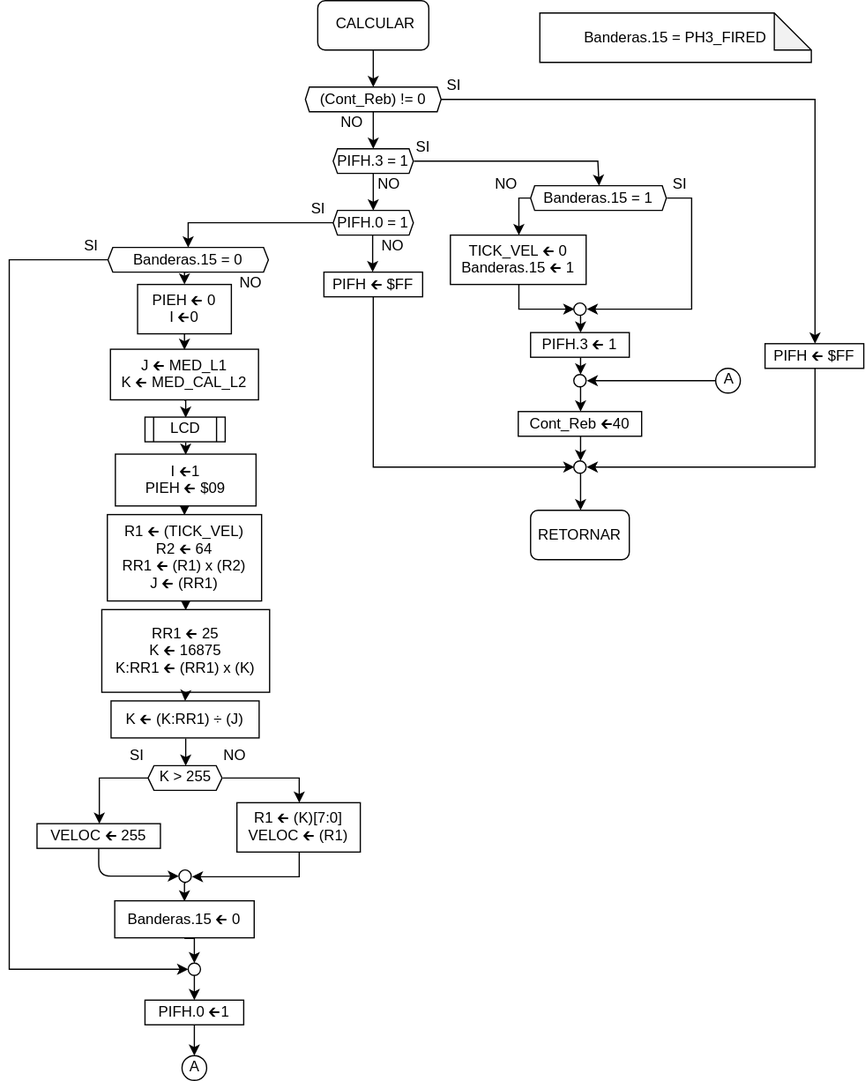
Earlier version of the draw.io export PROYECTO/diagrams_svg/CALCULAR.svg (slealq/micros). Source tidied: cells renumbered, new cells last; positions are measured from the earlier drawing's top-left corner, leaving out a move shared by most shapes.
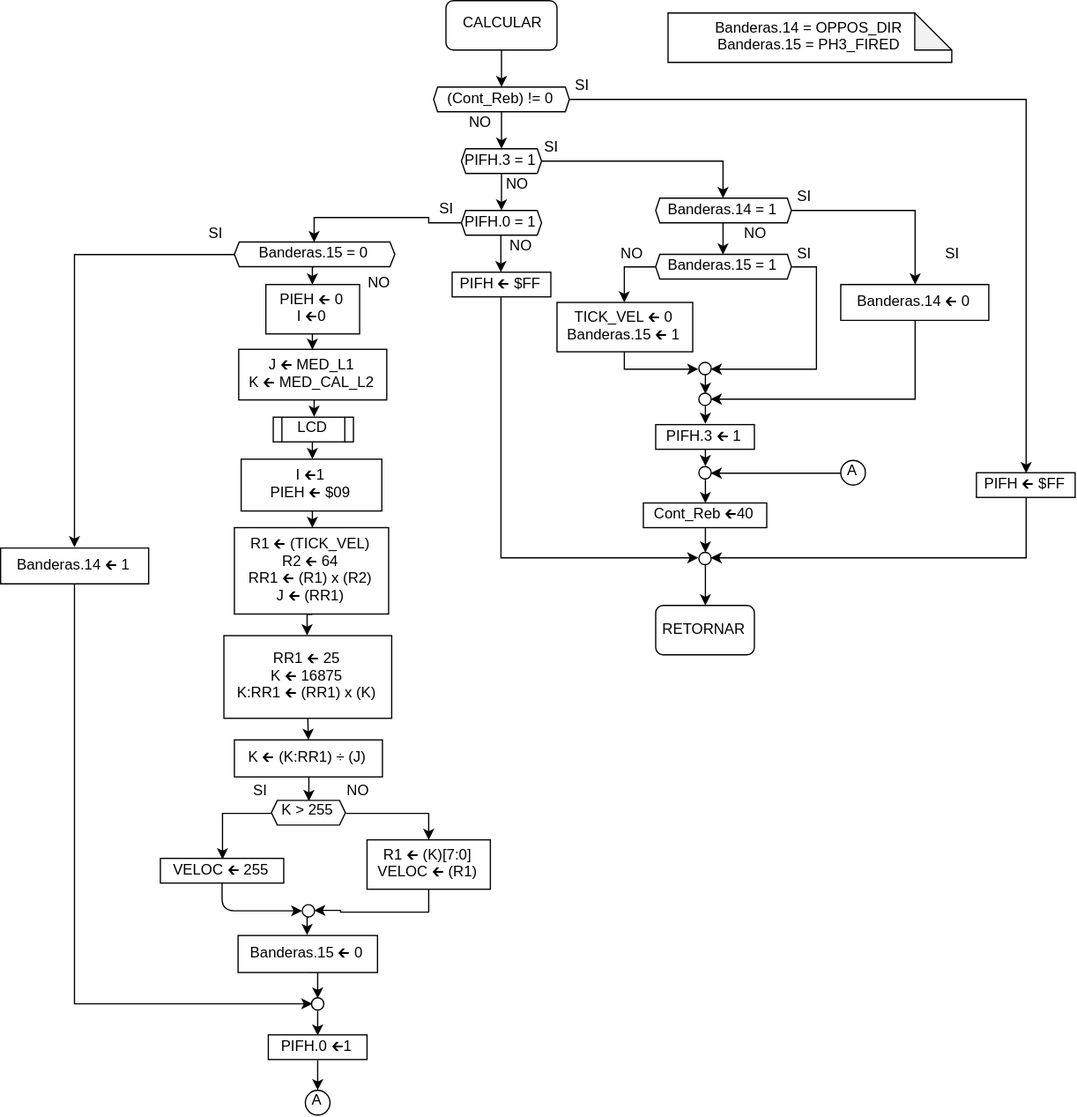
The same file after the commit.

Commit message:
Modify CALCULAR to account reverse vehicle

What changed in the source:
```diff
@@ -7,5 +7,2 @@
     </mxCell>
-    <mxCell id="3" style="edgeStyle=orthogonalEdgeStyle;rounded=0;jettySize=auto;html=1;exitX=1;exitY=0.5;exitDx=0;exitDy=0;entryX=0.5;entryY=0;entryDx=0;entryDy=0;" parent="1" edge="1" source="4" target="49">
-      <mxGeometry relative="1" as="geometry" />
-    </mxCell>
     <mxCell id="4" value="(Cont_Reb) != 0" style="shape=hexagon;perimeter=hexagonPerimeter2;size=0.02909090909090847;" parent="1" vertex="1">
@@ -24,2 +21,9 @@
     </mxCell>
+    <mxCell id="81" style="edgeStyle=orthogonalEdgeStyle;rounded=0;jettySize=auto;html=1;exitX=0.25;exitY=1;exitDx=0;exitDy=0;" parent="1" edge="1" source="8" target="90">
+      <mxGeometry relative="1" as="geometry">
+        <Array as="points">
+          <mxPoint x="475" y="130" />
+        </Array>
+      </mxGeometry>
+    </mxCell>
     <mxCell id="8" value="SI" style="text;strokeColor=none;fillColor=none;align=center;verticalAlign=middle;whiteSpace=wrap;rounded=0;html=1;" parent="1" vertex="1">
@@ -27,9 +31,2 @@
     </mxCell>
-    <mxCell id="9" style="edgeStyle=orthogonalEdgeStyle;rounded=0;jettySize=auto;html=1;exitX=1;exitY=0.5;exitDx=0;exitDy=0;entryX=0.5;entryY=0;entryDx=0;entryDy=0;" parent="1" edge="1" source="10" target="67">
-      <mxGeometry relative="1" as="geometry">
-        <Array as="points">
-          <mxPoint x="477" y="130" />
-        </Array>
-      </mxGeometry>
-    </mxCell>
     <mxCell id="10" value="PIFH.3 = 1" style="shape=hexagon;perimeter=hexagonPerimeter2;size=0.0538461538461521;" parent="1" vertex="1">
@@ -52,3 +49,3 @@
     <mxCell id="15" value="NO" style="text;strokeColor=none;fillColor=none;align=center;verticalAlign=middle;whiteSpace=wrap;rounded=0;html=1;" parent="1" vertex="1">
-      <mxGeometry x="162.5" y="602.5" width="40" height="20" as="geometry" />
+      <mxGeometry x="158.5" y="630.5" width="40" height="20" as="geometry" />
     </mxCell>
@@ -70,6 +67,6 @@
     <mxCell id="20" value="R1 🡰 (TICK_VEL)&#10;R2 🡰 64&#10;RR1 🡰 (R1) x (R2)&#10;J 🡰 (RR1)" style="rounded=0;" parent="1" vertex="1">
-      <mxGeometry x="79.5" y="416.5" width="125" height="70" as="geometry" />
+      <mxGeometry x="78.5" y="427" width="125" height="70" as="geometry" />
     </mxCell>
     <mxCell id="21" value="RR1 🡰 25&#10;K 🡰 16875&#10;K:RR1 🡰 (RR1) x (K)" style="rounded=0;" parent="1" vertex="1">
-      <mxGeometry x="75" y="493.5" width="136" height="67" as="geometry" />
+      <mxGeometry x="70" y="514.5" width="136" height="67" as="geometry" />
     </mxCell>
@@ -79,3 +76,3 @@
     <mxCell id="23" value="K 🡰 (K:RR1) ÷ (J)" style="rounded=0;" parent="1" vertex="1">
-      <mxGeometry x="82.5" y="567.5" width="120" height="30" as="geometry" />
+      <mxGeometry x="78.5" y="599" width="120" height="30" as="geometry" />
     </mxCell>
@@ -91,6 +88,6 @@
     <mxCell id="27" value="K &amp;gt; 255" style="shape=hexagon;perimeter=hexagonPerimeter2;whiteSpace=wrap;html=1;size=0.07976190476190487;" parent="1" vertex="1">
-      <mxGeometry x="112.5" y="620" width="60" height="20" as="geometry" />
+      <mxGeometry x="108.5" y="648" width="60" height="20" as="geometry" />
     </mxCell>
     <mxCell id="28" value="VELOC 🡰 255" style="rounded=0;" parent="1" vertex="1">
-      <mxGeometry x="22.5" y="667" width="100" height="20" as="geometry" />
+      <mxGeometry x="18.5" y="695" width="100" height="20" as="geometry" />
     </mxCell>
@@ -99,4 +96,4 @@
         <Array as="points">
-          <mxPoint x="234" y="710" />
-          <mxPoint x="164" y="710" />
+          <mxPoint x="236" y="738" />
+          <mxPoint x="165" y="738" />
         </Array>
@@ -105,4 +102,11 @@
     <mxCell id="30" value="R1 🡰 (K)[7:0]&#10;VELOC 🡰 (R1)" style="rounded=0;" parent="1" vertex="1">
-      <mxGeometry x="184.5" y="650" width="100" height="40" as="geometry" />
+      <mxGeometry x="186" y="680" width="100" height="40" as="geometry" />
     </mxCell>
+    <mxCell id="82" style="edgeStyle=orthogonalEdgeStyle;rounded=0;jettySize=auto;html=1;exitX=0.25;exitY=1;exitDx=0;exitDy=0;entryX=0.5;entryY=0;entryDx=0;entryDy=0;" parent="1" edge="1" source="31" target="49">
+      <mxGeometry relative="1" as="geometry">
+        <Array as="points">
+          <mxPoint x="720" y="80" />
+        </Array>
+      </mxGeometry>
+    </mxCell>
     <mxCell id="31" value="SI" style="text;strokeColor=none;fillColor=none;align=center;verticalAlign=middle;whiteSpace=wrap;rounded=0;html=1;" parent="1" vertex="1">
@@ -111,6 +115,6 @@
     <mxCell id="32" value="SI" style="text;strokeColor=none;fillColor=none;align=center;verticalAlign=middle;whiteSpace=wrap;rounded=0;html=1;" parent="1" vertex="1">
-      <mxGeometry x="46" y="190" width="40" height="20" as="geometry" />
+      <mxGeometry x="42.5" y="180" width="40" height="20" as="geometry" />
     </mxCell>
     <mxCell id="33" value="SI" style="text;strokeColor=none;fillColor=none;align=center;verticalAlign=middle;whiteSpace=wrap;rounded=0;html=1;" parent="1" vertex="1">
-      <mxGeometry x="82.5" y="602.5" width="40" height="20" as="geometry" />
+      <mxGeometry x="78.5" y="630.5" width="40" height="20" as="geometry" />
     </mxCell>
@@ -121,6 +125,6 @@
       <mxGeometry relative="1" as="geometry">
-        <mxPoint x="150.3" y="855" as="targetPoint" />
+        <mxPoint x="146.3" y="883" as="targetPoint" />
         <Array as="points">
-          <mxPoint x="150" y="855" />
-          <mxPoint x="150" y="855" />
+          <mxPoint x="146" y="883" />
+          <mxPoint x="146" y="883" />
         </Array>
@@ -129,3 +133,3 @@
     <mxCell id="36" value="PIFH.0 🡰1" style="rounded=0;" parent="1" vertex="1">
-      <mxGeometry x="110" y="810" width="80" height="20" as="geometry" />
+      <mxGeometry x="106" y="838" width="80" height="20" as="geometry" />
     </mxCell>
@@ -135,3 +139,3 @@
     <mxCell id="38" style="ellipse;whiteSpace=wrap;align=center;html=1;" parent="1" vertex="1">
-      <mxGeometry x="137.5" y="704.5" width="10" height="10" as="geometry" />
+      <mxGeometry x="133.5" y="732.5" width="10" height="10" as="geometry" />
     </mxCell>
@@ -140,3 +144,3 @@
         <Array as="points">
-          <mxPoint x="72.5" y="709.5" />
+          <mxPoint x="68.5" y="737.5" />
         </Array>
@@ -145,3 +149,3 @@
     <mxCell id="40" value="A" style="ellipse;whiteSpace=wrap;html=1;" parent="1" vertex="1">
-      <mxGeometry x="140" y="855" width="20" height="20" as="geometry" />
+      <mxGeometry x="136" y="883" width="20" height="20" as="geometry" />
     </mxCell>
@@ -151,11 +155,13 @@
     <mxCell id="42" value="A" style="ellipse;whiteSpace=wrap;html=1;" parent="1" vertex="1">
-      <mxGeometry x="572.5" y="298" width="20" height="20" as="geometry" />
+      <mxGeometry x="570" y="372.5" width="20" height="20" as="geometry" />
     </mxCell>
-    <mxCell id="43" style="edgeStyle=orthogonalEdgeStyle;rounded=0;jettySize=auto;html=1;exitX=0.5;exitY=1;exitDx=0;exitDy=0;entryX=0.5;entryY=0;entryDx=0;entryDy=0;" parent="1" edge="1" source="44" target="62">
-      <mxGeometry relative="1" as="geometry" />
+    <mxCell id="43" style="edgeStyle=orthogonalEdgeStyle;rounded=0;jettySize=auto;html=1;exitX=0.5;exitY=1;exitDx=0;exitDy=0;entryX=0.5;entryY=0;entryDx=0;entryDy=0;" parent="1" edge="1" source="44">
+      <mxGeometry relative="1" as="geometry">
+        <mxPoint x="460.3" y="407.2" as="targetPoint" />
+      </mxGeometry>
     </mxCell>
     <mxCell id="44" style="ellipse;whiteSpace=wrap;align=center;html=1;" parent="1" vertex="1">
-      <mxGeometry x="457.5" y="303" width="10" height="10" as="geometry" />
+      <mxGeometry x="455" y="377.5" width="10" height="10" as="geometry" />
     </mxCell>
-    <mxCell id="45" style="edgeStyle=orthogonalEdgeStyle;rounded=0;jettySize=auto;html=1;exitX=0.5;exitY=1;exitDx=0;exitDy=0;" parent="1" edge="1" source="46" target="47">
+    <mxCell id="45" style="edgeStyle=orthogonalEdgeStyle;rounded=0;jettySize=auto;html=1;exitX=0.5;exitY=1;exitDx=0;exitDy=0;entryX=0.5;entryY=0;entryDx=0;entryDy=0;" parent="1" edge="1" source="46" target="47">
       <mxGeometry relative="1" as="geometry" />
@@ -163,6 +169,6 @@
     <mxCell id="46" style="ellipse;whiteSpace=wrap;align=center;html=1;" parent="1" vertex="1">
-      <mxGeometry x="457.5" y="373" width="10" height="10" as="geometry" />
+      <mxGeometry x="455" y="447" width="10" height="10" as="geometry" />
     </mxCell>
     <mxCell id="47" value="RETORNAR" style="rounded=1;" parent="1" vertex="1">
-      <mxGeometry x="422.5" y="413" width="80" height="40" as="geometry" />
+      <mxGeometry x="420" y="490" width="80" height="40" as="geometry" />
     </mxCell>
@@ -172,12 +178,4 @@
     <mxCell id="49" value="PIFH 🡰 $FF" style="rounded=0;" parent="1" vertex="1">
-      <mxGeometry x="612.5" y="278" width="80" height="20" as="geometry" />
+      <mxGeometry x="680" y="382.5" width="80" height="20" as="geometry" />
     </mxCell>
-    <mxCell id="50" style="edgeStyle=orthogonalEdgeStyle;rounded=0;jettySize=auto;html=1;exitX=0;exitY=0.5;exitDx=0;exitDy=0;entryX=0;entryY=0.5;entryDx=0;entryDy=0;" parent="1" edge="1" source="52" target="55">
-      <mxGeometry relative="1" as="geometry">
-        <Array as="points">
-          <mxPoint y="210" />
-          <mxPoint y="785" />
-        </Array>
-      </mxGeometry>
-    </mxCell>
     <mxCell id="51" style="edgeStyle=orthogonalEdgeStyle;rounded=0;jettySize=auto;html=1;exitX=0.5;exitY=1;exitDx=0;exitDy=0;entryX=0.5;entryY=0;entryDx=0;entryDy=0;" parent="1" edge="1" source="52" target="77">
@@ -185,4 +183,7 @@
     </mxCell>
+    <mxCell id="83" style="edgeStyle=orthogonalEdgeStyle;rounded=0;jettySize=auto;html=1;exitX=0;exitY=0.5;exitDx=0;exitDy=0;entryX=0.5;entryY=0;entryDx=0;entryDy=0;" parent="1" edge="1" source="52" target="88">
+      <mxGeometry relative="1" as="geometry" />
+    </mxCell>
     <mxCell id="52" value="Banderas.15 = 0" style="shape=hexagon;perimeter=hexagonPerimeter2;size=0.030000000000000946;" parent="1" vertex="1">
-      <mxGeometry x="80" y="200" width="130" height="20" as="geometry" />
+      <mxGeometry x="78.5" y="195.5" width="130" height="20" as="geometry" />
     </mxCell>
@@ -193,3 +194,3 @@
       <mxGeometry relative="1" as="geometry">
-        <mxPoint x="150" y="810" as="targetPoint" />
+        <mxPoint x="146" y="838" as="targetPoint" />
       </mxGeometry>
@@ -197,3 +198,3 @@
     <mxCell id="55" style="ellipse;whiteSpace=wrap;align=center;html=1;" parent="1" vertex="1">
-      <mxGeometry x="145" y="780" width="10" height="10" as="geometry" />
+      <mxGeometry x="141" y="808" width="10" height="10" as="geometry" />
     </mxCell>
@@ -206,9 +207,13 @@
     <mxCell id="58" value="PIFH.3 🡰 1" style="rounded=0;" parent="1" vertex="1">
-      <mxGeometry x="422.5" y="269" width="80" height="20" as="geometry" />
+      <mxGeometry x="420" y="343.5" width="80" height="20" as="geometry" />
     </mxCell>
     <mxCell id="59" style="edgeStyle=orthogonalEdgeStyle;rounded=0;jettySize=auto;html=1;exitX=0.5;exitY=1;exitDx=0;exitDy=0;entryX=0;entryY=0.5;entryDx=0;entryDy=0;" parent="1" edge="1" source="60" target="69">
-      <mxGeometry relative="1" as="geometry" />
+      <mxGeometry relative="1" as="geometry">
+        <Array as="points">
+          <mxPoint x="395" y="298" />
+        </Array>
+      </mxGeometry>
     </mxCell>
     <mxCell id="60" value="TICK_VEL 🡰 0&#10;Banderas.15 🡰 1" style="rounded=0;" parent="1" vertex="1">
-      <mxGeometry x="357.5" y="190" width="110" height="40" as="geometry" />
+      <mxGeometry x="340" y="244.5" width="110" height="40" as="geometry" />
     </mxCell>
@@ -218,3 +223,3 @@
     <mxCell id="62" value="Cont_Reb 🡰40" style="rounded=0;" parent="1" vertex="1">
-      <mxGeometry x="412.5" y="333" width="100" height="20" as="geometry" />
+      <mxGeometry x="410" y="407" width="100" height="20" as="geometry" />
     </mxCell>
@@ -224,13 +229,4 @@
     <mxCell id="64" value="Banderas.15 🡰 0" style="rounded=0;" parent="1" vertex="1">
-      <mxGeometry x="85.5" y="729.5" width="113" height="30" as="geometry" />
+      <mxGeometry x="81.5" y="757.5" width="113" height="30" as="geometry" />
     </mxCell>
-    <mxCell id="65" style="edgeStyle=orthogonalEdgeStyle;rounded=0;jettySize=auto;html=1;exitX=0;exitY=0.5;exitDx=0;exitDy=0;" parent="1" edge="1" source="67">
-      <mxGeometry relative="1" as="geometry">
-        <mxPoint x="412.5" y="190" as="targetPoint" />
-        <Array as="points">
-          <mxPoint x="412.5" y="160" />
-          <mxPoint x="412.5" y="190" />
-        </Array>
-      </mxGeometry>
-    </mxCell>
     <mxCell id="66" style="edgeStyle=orthogonalEdgeStyle;rounded=0;jettySize=auto;html=1;exitX=1;exitY=0.5;exitDx=0;exitDy=0;entryX=1;entryY=0.5;entryDx=0;entryDy=0;" parent="1" edge="1" source="67" target="69">
@@ -238,16 +234,26 @@
     </mxCell>
+    <mxCell id="84" style="edgeStyle=orthogonalEdgeStyle;rounded=0;jettySize=auto;html=1;exitX=0;exitY=0.5;exitDx=0;exitDy=0;" parent="1" edge="1" source="67" target="60">
+      <mxGeometry relative="1" as="geometry" />
+    </mxCell>
     <mxCell id="67" value="Banderas.15 = 1" style="shape=hexagon;perimeter=hexagonPerimeter2;size=0.030000000000000946;" parent="1" vertex="1">
-      <mxGeometry x="422.5" y="150" width="110" height="20" as="geometry" />
+      <mxGeometry x="420" y="205.5" width="110" height="20" as="geometry" />
     </mxCell>
-    <mxCell id="68" style="edgeStyle=orthogonalEdgeStyle;rounded=0;jettySize=auto;html=1;exitX=0.5;exitY=1;exitDx=0;exitDy=0;entryX=0.5;entryY=0;entryDx=0;entryDy=0;" parent="1" edge="1" source="69" target="58">
-      <mxGeometry relative="1" as="geometry" />
-    </mxCell>
+    <mxCell id="85" style="edgeStyle=orthogonalEdgeStyle;rounded=0;jettySize=auto;html=1;exitX=0.5;exitY=1;exitDx=0;exitDy=0;entryX=0.5;entryY=0;entryDx=0;entryDy=0;" parent="1" edge="1" source="69" target="95">
+      <mxGeometry relative="1" as="geometry" />
+    </mxCell>
     <mxCell id="69" style="ellipse;whiteSpace=wrap;align=center;html=1;" parent="1" vertex="1">
-      <mxGeometry x="457.5" y="245" width="10" height="10" as="geometry" />
+      <mxGeometry x="455" y="293" width="10" height="10" as="geometry" />
     </mxCell>
     <mxCell id="70" value="NO" style="text;strokeColor=none;fillColor=none;align=center;verticalAlign=middle;whiteSpace=wrap;rounded=0;html=1;" parent="1" vertex="1">
-      <mxGeometry x="382.5" y="140" width="40" height="20" as="geometry" />
+      <mxGeometry x="380" y="195.5" width="40" height="20" as="geometry" />
     </mxCell>
+    <mxCell id="86" style="edgeStyle=orthogonalEdgeStyle;rounded=0;jettySize=auto;html=1;exitX=0.25;exitY=1;exitDx=0;exitDy=0;" parent="1" edge="1" source="71" target="97">
+      <mxGeometry relative="1" as="geometry">
+        <Array as="points">
+          <mxPoint x="630" y="170" />
+        </Array>
+      </mxGeometry>
+    </mxCell>
     <mxCell id="71" value="SI" style="text;strokeColor=none;fillColor=none;align=center;verticalAlign=middle;whiteSpace=wrap;rounded=0;html=1;" parent="1" vertex="1">
-      <mxGeometry x="522.5" y="140" width="40" height="20" as="geometry" />
+      <mxGeometry x="520" y="150" width="40" height="20" as="geometry" />
     </mxCell>
@@ -275,7 +281,40 @@
     <mxCell id="79" value="&#10;I 🡰1&#10;PIEH 🡰 $09&#10;" style="rounded=0;" parent="1" vertex="1">
-      <mxGeometry x="86" y="367.5" width="114" height="42" as="geometry" />
+      <mxGeometry x="84" y="371.5" width="114" height="42" as="geometry" />
     </mxCell>
-    <mxCell id="80" value="Banderas.15 = PH3_FIRED" style="shape=note;backgroundOutline=1;darkOpacity=0.05;" parent="1" vertex="1">
-      <mxGeometry x="430" y="10" width="220" height="40" as="geometry" />
+    <mxCell id="80" value="Banderas.14 = OPPOS_DIR&#10;Banderas.15 = PH3_FIRED" style="shape=note;backgroundOutline=1;darkOpacity=0.05;" parent="1" vertex="1">
+      <mxGeometry x="430" y="10" width="230" height="40" as="geometry" />
     </mxCell>
+    <mxCell id="87" style="edgeStyle=orthogonalEdgeStyle;rounded=0;jettySize=auto;html=1;exitX=0.5;exitY=1;exitDx=0;exitDy=0;entryX=0;entryY=0.5;entryDx=0;entryDy=0;" parent="1" edge="1" source="88" target="55">
+      <mxGeometry relative="1" as="geometry" />
+    </mxCell>
+    <mxCell id="88" value="Banderas.14 🡰 1" style="shape=hexagon;perimeter=hexagonPerimeter2;size=0;" parent="1" vertex="1">
+      <mxGeometry x="-111" y="443.5" width="120" height="29" as="geometry" />
+    </mxCell>
+    <mxCell id="89" style="edgeStyle=orthogonalEdgeStyle;rounded=0;jettySize=auto;html=1;exitX=0.5;exitY=1;exitDx=0;exitDy=0;entryX=0.5;entryY=0;entryDx=0;entryDy=0;" parent="1" edge="1" source="90" target="67">
+      <mxGeometry relative="1" as="geometry" />
+    </mxCell>
+    <mxCell id="90" value="Banderas.14 = 1" style="shape=hexagon;perimeter=hexagonPerimeter2;size=0.030000000000000946;" parent="1" vertex="1">
+      <mxGeometry x="420" y="160" width="110" height="20" as="geometry" />
+    </mxCell>
+    <mxCell id="91" value="SI" style="text;strokeColor=none;fillColor=none;align=center;verticalAlign=middle;whiteSpace=wrap;rounded=0;html=1;" parent="1" vertex="1">
+      <mxGeometry x="520" y="195.5" width="40" height="20" as="geometry" />
+    </mxCell>
+    <mxCell id="92" value="SI" style="text;strokeColor=none;fillColor=none;align=center;verticalAlign=middle;whiteSpace=wrap;rounded=0;html=1;" parent="1" vertex="1">
+      <mxGeometry x="640" y="195.5" width="40" height="20" as="geometry" />
+    </mxCell>
+    <mxCell id="93" value="NO" style="text;strokeColor=none;fillColor=none;align=center;verticalAlign=middle;whiteSpace=wrap;rounded=0;html=1;" parent="1" vertex="1">
+      <mxGeometry x="480" y="180" width="40" height="20" as="geometry" />
+    </mxCell>
+    <mxCell id="94" style="edgeStyle=orthogonalEdgeStyle;rounded=0;jettySize=auto;html=1;exitX=0.5;exitY=1;exitDx=0;exitDy=0;entryX=0.5;entryY=0;entryDx=0;entryDy=0;" parent="1" edge="1" source="95" target="58">
+      <mxGeometry relative="1" as="geometry" />
+    </mxCell>
+    <mxCell id="95" style="ellipse;whiteSpace=wrap;align=center;html=1;" parent="1" vertex="1">
+      <mxGeometry x="455" y="318" width="10" height="10" as="geometry" />
+    </mxCell>
+    <mxCell id="96" style="edgeStyle=orthogonalEdgeStyle;rounded=0;jettySize=auto;html=1;exitX=0.5;exitY=1;exitDx=0;exitDy=0;entryX=1;entryY=0.5;entryDx=0;entryDy=0;" parent="1" edge="1" source="97" target="95">
+      <mxGeometry relative="1" as="geometry" />
+    </mxCell>
+    <mxCell id="97" value="Banderas.14 🡰 0" style="shape=hexagon;perimeter=hexagonPerimeter2;size=0;" parent="1" vertex="1">
+      <mxGeometry x="570" y="230" width="120" height="29" as="geometry" />
+    </mxCell>
   </root>
```
